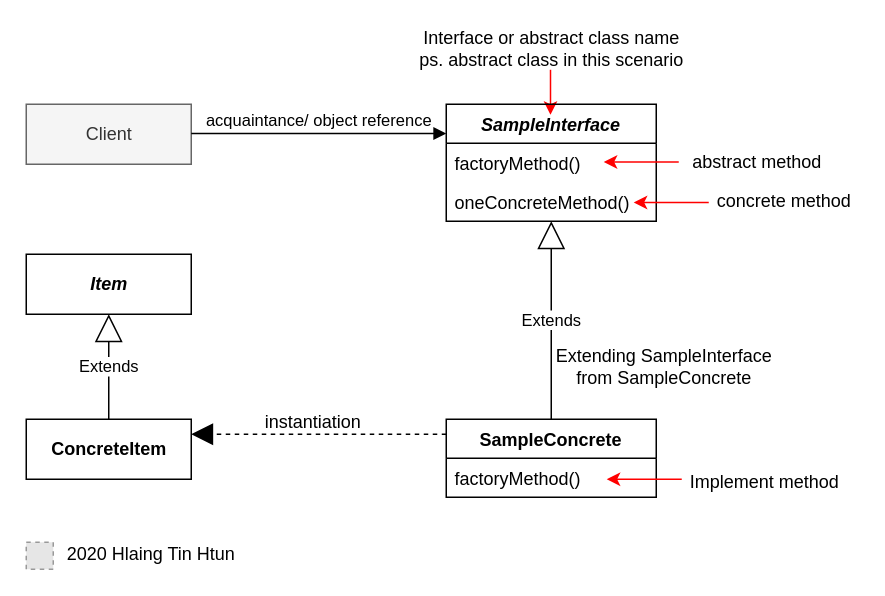
Above: uml.drawio in HlaingTinHtun/BBC_News (draw.io), before the change. Source tidied: cells renumbered, new cells numbered last; positions are measured from the earlier drawing's top-left corner, leaving out a move shared by most shapes. Both pictures are drawn from the tidied source at 150%, with x=0, y=0 at pixel (26, 26). Pictures stored in the file or linked from it are replaced by grey dashed boxes.
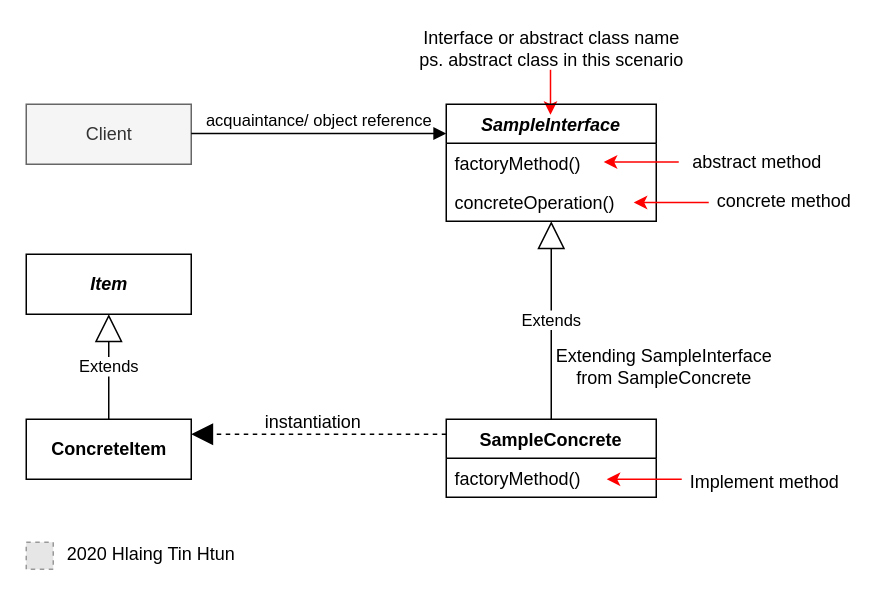
Above is the later version.

The change refers to these unchanged cells:
```xml
<mxCell id="15" value="SampleInterface" style="swimlane;fontStyle=3;horizontal=1;startSize=26;fillColor=none;" parent="1" vertex="1">
  <mxGeometry x="280" y="52" width="140" height="78" as="geometry" />
</mxCell>
```

Change to the diagram source:
```diff
@@
-    <mxCell id="18" value="oneConcreteMethod()" style="text;strokeColor=none;fillColor=none;align=left;verticalAlign=top;spacingLeft=4;spacingRight=4;overflow=hidden;points=[[0,0.5],[1,0.5]];portConstraint=eastwest;" parent="15" vertex="1">
+    <mxCell id="18" value="concreteOperation()" style="text;strokeColor=none;fillColor=none;align=left;verticalAlign=top;spacingLeft=4;spacingRight=4;overflow=hidden;points=[[0,0.5],[1,0.5]];portConstraint=eastwest;" parent="15" vertex="1">
       <mxGeometry y="52" width="140" height="26" as="geometry" />
     </mxCell>
```
